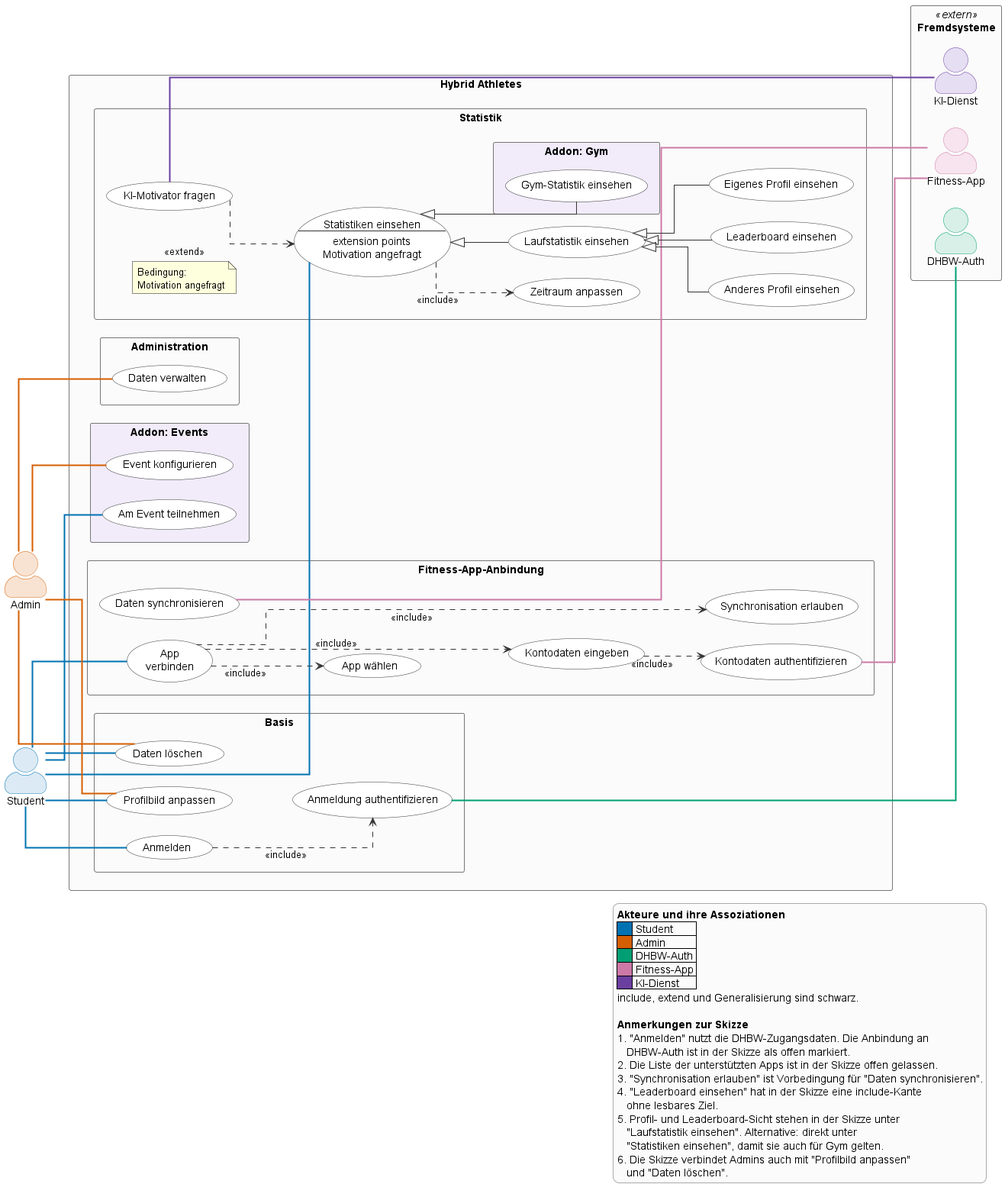
Before: fallstudie_uml/hybrid_athletes_usecase_v2.png, a diagram exported from PlantUML (uninterestedcode/DHBW_Web_Engineering_Fitness_App).
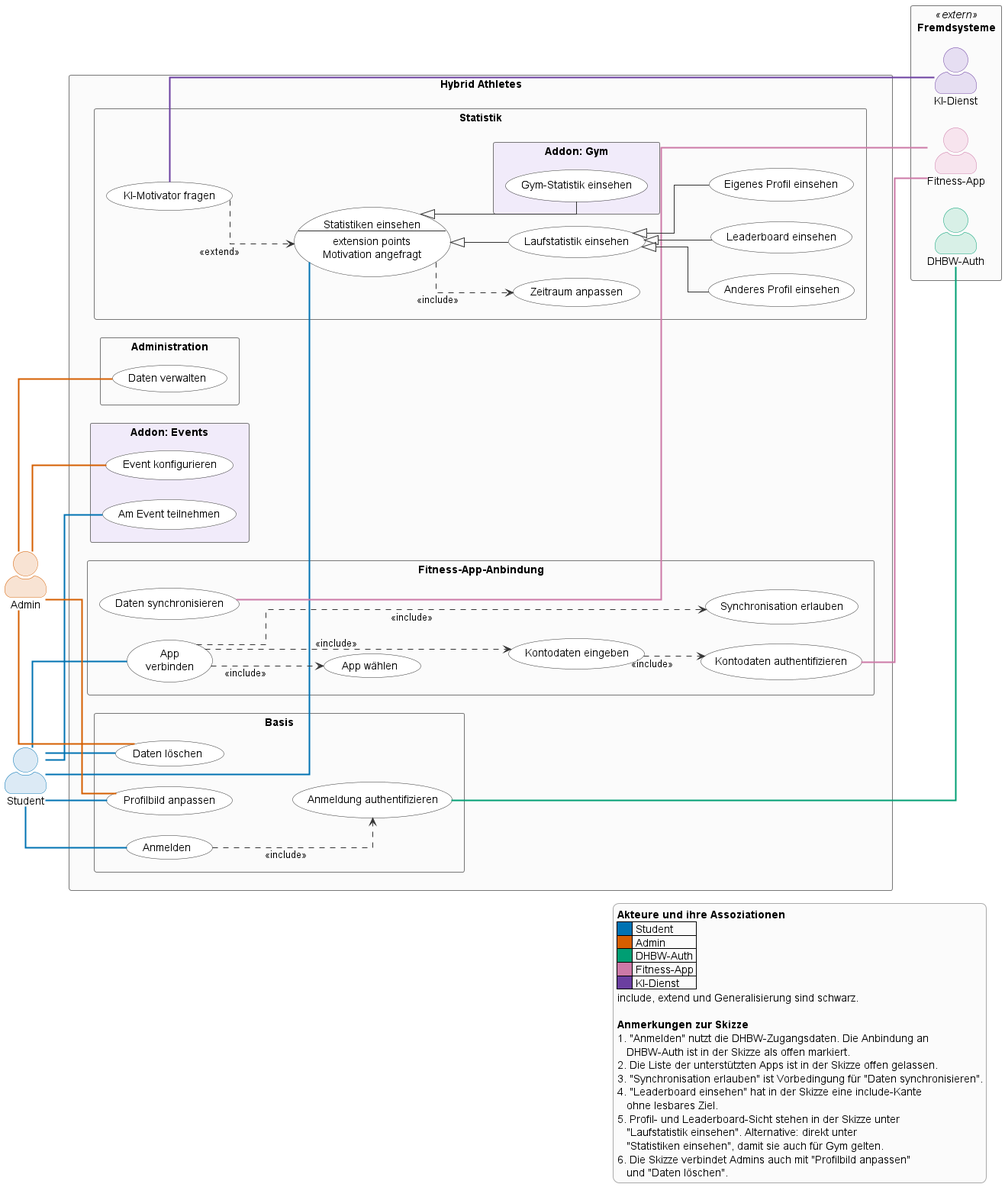
Above is the later version.

Diff of the diagram source:
```diff
@@ -120,10 +120,7 @@
 UC_Stats      ..> UC_Period     : <<include>>
 
 UC_AskAI ..> UC_Stats : <<extend>>
-note on link
-  Bedingung:
-  Motivation angefragt
-end note
+
 
 UC_Stats <|-- UC_Run
 UC_Stats <|-- UC_Gym
```
